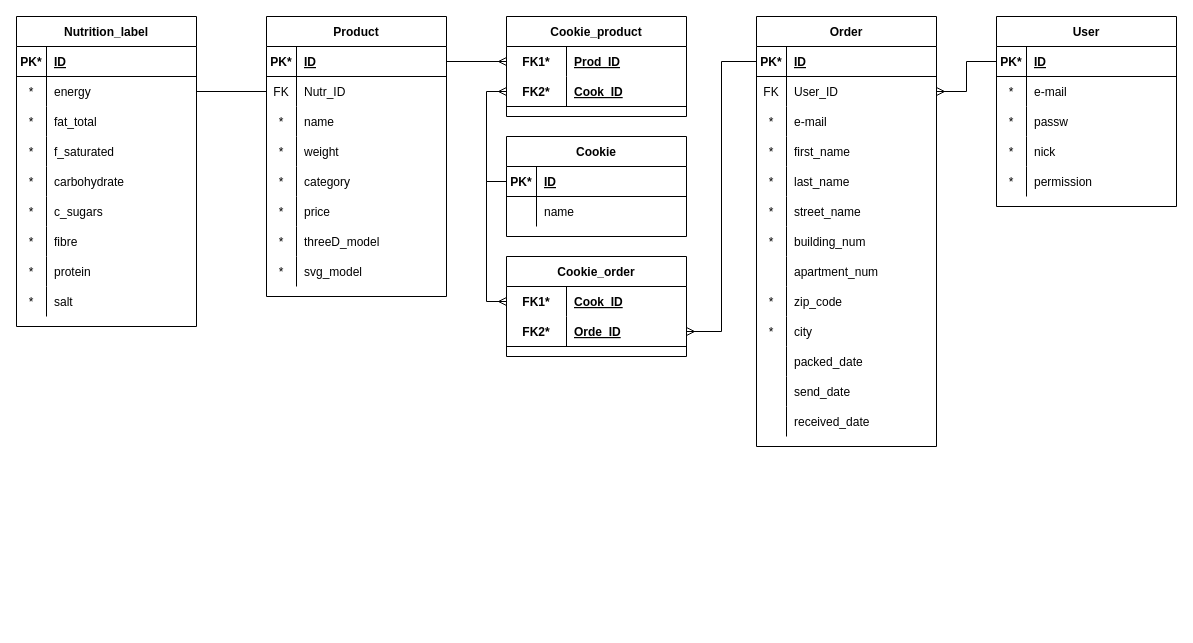
Bklzn/4BiG keeps this draw.io diagram as baza.drawio. Above is the earlier version. Source tidied: cells renumbered, new cells numbered last; positions are measured from the earlier drawing's top-left corner, leaving out a move shared by most shapes. Both pictures are drawn from the tidied source at 100%, with x=0, y=0 at pixel (16, 16).
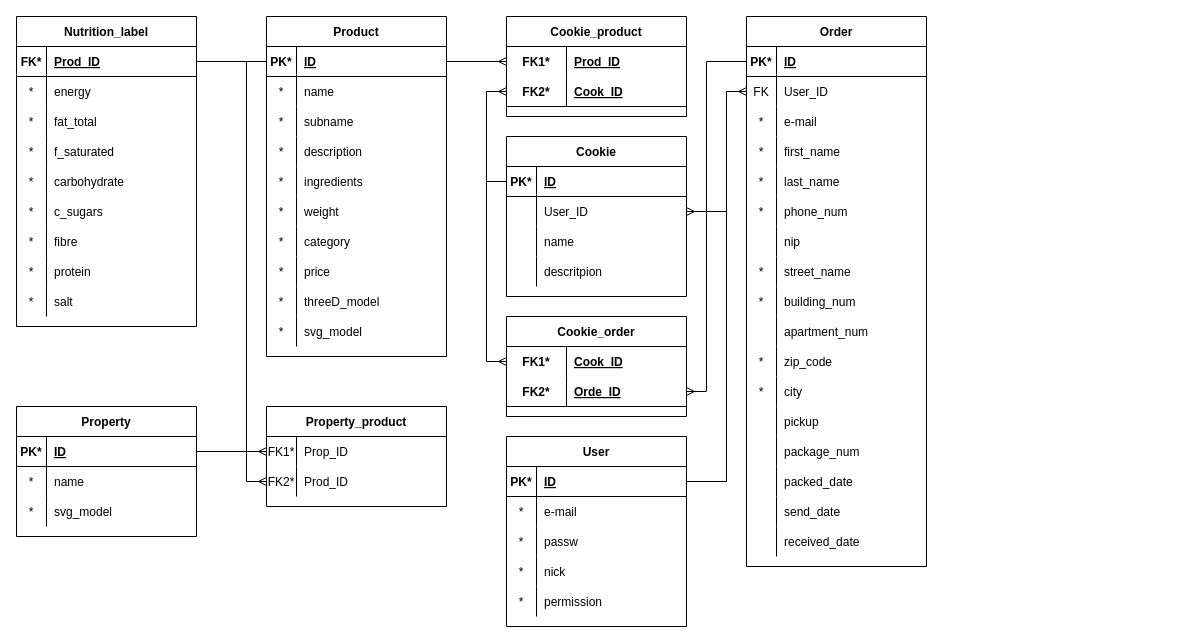
The same diagram, later.

Unchanged cells that the change refers to:
```xml
<mxCell id="3" style="shape=tableRow;horizontal=0;startSize=0;swimlaneHead=0;swimlaneBody=0;fillColor=none;points=[[0,0.5],[1,0.5]];portConstraint=eastwest;top=0;left=0;right=0;bottom=1;" parent="2" vertex="1">
  <mxGeometry y="30" width="180" height="30" as="geometry" />
</mxCell>
<mxCell id="28" style="shape=tableRow;horizontal=0;startSize=0;swimlaneHead=0;swimlaneBody=0;fillColor=none;points=[[0,0.5],[1,0.5]];portConstraint=eastwest;top=0;left=0;right=0;bottom=1;" parent="27" vertex="1">
  <mxGeometry y="30" width="180" height="30" as="geometry" />
</mxCell>
<mxCell id="31" style="shape=tableRow;horizontal=0;startSize=0;swimlaneHead=0;swimlaneBody=0;fillColor=none;points=[[0,0.5],[1,0.5]];portConstraint=eastwest;top=0;left=0;right=0;bottom=0;" parent="27" vertex="1">
  <mxGeometry y="60" width="180" height="30" as="geometry" />
</mxCell>
<mxCell id="87" style="shape=tableRow;horizontal=0;startSize=0;swimlaneHead=0;swimlaneBody=0;fillColor=none;points=[[0,0.5],[1,0.5]];portConstraint=eastwest;top=0;left=0;right=0;bottom=1;" parent="83" vertex="1">
  <mxGeometry y="60" width="180" height="30" as="geometry" />
</mxCell>
<mxCell id="93" style="shape=tableRow;horizontal=0;startSize=0;swimlaneHead=0;swimlaneBody=0;fillColor=none;points=[[0,0.5],[1,0.5]];portConstraint=eastwest;top=0;left=0;right=0;bottom=1;" parent="92" vertex="1">
  <mxGeometry y="30" width="180" height="30" as="geometry" />
</mxCell>
<mxCell id="110" style="shape=tableRow;horizontal=0;startSize=0;swimlaneHead=0;swimlaneBody=0;fillColor=none;points=[[0,0.5],[1,0.5]];portConstraint=eastwest;top=0;left=0;right=0;bottom=1;" parent="109" vertex="1">
  <mxGeometry y="30" width="180" height="30" as="geometry" />
</mxCell>
<mxCell id="113" style="shape=tableRow;horizontal=0;startSize=0;swimlaneHead=0;swimlaneBody=0;fillColor=none;points=[[0,0.5],[1,0.5]];portConstraint=eastwest;top=0;left=0;right=0;bottom=0;" parent="109" vertex="1">
  <mxGeometry y="60" width="180" height="30" as="geometry" />
</mxCell>
```

Change to the diagram source:
```diff
@@
     <mxCell id="2" value="Product" style="shape=table;startSize=30;childLayout=tableLayout;rowLines=0;fontStyle=1;align=center;" parent="1" vertex="1">
-      <mxGeometry x="250" width="180" height="280" as="geometry" />
+      <mxGeometry x="250" width="180" height="340" as="geometry" />
     </mxCell>
@@
-    <mxCell id="6" style="shape=tableRow;horizontal=0;startSize=0;swimlaneHead=0;swimlaneBody=0;fillColor=none;points=[[0,0.5],[1,0.5]];portConstraint=eastwest;top=0;left=0;right=0;bottom=0;" parent="2" vertex="1">
-      <mxGeometry y="60" width="180" height="30" as="geometry" />
-    </mxCell>
-    <mxCell id="7" value="FK" style="shape=partialRectangle;fillColor=none;top=0;left=0;bottom=0;right=0;overflow=hidden;" parent="6" vertex="1">
-      <mxGeometry width="30" height="30" as="geometry" />
-    </mxCell>
-    <mxCell id="8" value="Nutr_ID" style="shape=partialRectangle;fillColor=none;top=0;left=0;bottom=0;right=0;align=left;spacingLeft=6;overflow=hidden;" parent="6" vertex="1">
-      <mxGeometry x="30" width="150" height="30" as="geometry" />
-    </mxCell>
     <mxCell id="9" style="shape=tableRow;horizontal=0;startSize=0;swimlaneHead=0;swimlaneBody=0;fillColor=none;top=0;left=0;right=0;bottom=0;" parent="2" vertex="1">
-      <mxGeometry y="90" width="180" height="30" as="geometry" />
+      <mxGeometry y="60" width="180" height="30" as="geometry" />
     </mxCell>
@@
+    <mxCell id="138" style="shape=tableRow;horizontal=0;startSize=0;swimlaneHead=0;swimlaneBody=0;fillColor=none;top=0;left=0;right=0;bottom=0;" parent="2" vertex="1">
+      <mxGeometry y="90" width="180" height="30" as="geometry" />
+    </mxCell>
+    <mxCell id="139" value="*" style="shape=partialRectangle;fillColor=none;top=0;left=0;bottom=0;right=0;overflow=hidden;" parent="138" vertex="1">
+      <mxGeometry width="30" height="30" as="geometry" />
+    </mxCell>
+    <mxCell id="140" value="subname" style="shape=partialRectangle;fillColor=none;top=0;left=0;bottom=0;right=0;align=left;spacingLeft=6;overflow=hidden;" parent="138" vertex="1">
+      <mxGeometry x="30" width="150" height="30" as="geometry" />
+    </mxCell>
+    <mxCell id="141" style="shape=tableRow;horizontal=0;startSize=0;swimlaneHead=0;swimlaneBody=0;fillColor=none;top=0;left=0;right=0;bottom=0;" parent="2" vertex="1">
+      <mxGeometry y="120" width="180" height="30" as="geometry" />
+    </mxCell>
+    <mxCell id="142" value="*" style="shape=partialRectangle;fillColor=none;top=0;left=0;bottom=0;right=0;overflow=hidden;" parent="141" vertex="1">
+      <mxGeometry width="30" height="30" as="geometry" />
+    </mxCell>
+    <mxCell id="143" value="description" style="shape=partialRectangle;fillColor=none;top=0;left=0;bottom=0;right=0;align=left;spacingLeft=6;overflow=hidden;" parent="141" vertex="1">
+      <mxGeometry x="30" width="150" height="30" as="geometry" />
+    </mxCell>
+    <mxCell id="144" style="shape=tableRow;horizontal=0;startSize=0;swimlaneHead=0;swimlaneBody=0;fillColor=none;top=0;left=0;right=0;bottom=0;" parent="2" vertex="1">
+      <mxGeometry y="150" width="180" height="30" as="geometry" />
+    </mxCell>
+    <mxCell id="145" value="*" style="shape=partialRectangle;fillColor=none;top=0;left=0;bottom=0;right=0;overflow=hidden;" parent="144" vertex="1">
+      <mxGeometry width="30" height="30" as="geometry" />
+    </mxCell>
+    <mxCell id="146" value="ingredients" style="shape=partialRectangle;fillColor=none;top=0;left=0;bottom=0;right=0;align=left;spacingLeft=6;overflow=hidden;" parent="144" vertex="1">
+      <mxGeometry x="30" width="150" height="30" as="geometry" />
+    </mxCell>
     <mxCell id="12" style="shape=tableRow;horizontal=0;startSize=0;swimlaneHead=0;swimlaneBody=0;fillColor=none;top=0;left=0;right=0;bottom=0;" parent="2" vertex="1">
-      <mxGeometry y="120" width="180" height="30" as="geometry" />
+      <mxGeometry y="180" width="180" height="30" as="geometry" />
     </mxCell>
@@
     <mxCell id="15" style="shape=tableRow;horizontal=0;startSize=0;swimlaneHead=0;swimlaneBody=0;fillColor=none;top=0;left=0;right=0;bottom=0;" parent="2" vertex="1">
-      <mxGeometry y="150" width="180" height="30" as="geometry" />
+      <mxGeometry y="210" width="180" height="30" as="geometry" />
     </mxCell>
@@
     <mxCell id="18" style="shape=tableRow;horizontal=0;startSize=0;swimlaneHead=0;swimlaneBody=0;fillColor=none;top=0;left=0;right=0;bottom=0;" parent="2" vertex="1">
-      <mxGeometry y="180" width="180" height="30" as="geometry" />
+      <mxGeometry y="240" width="180" height="30" as="geometry" />
     </mxCell>
@@
     <mxCell id="21" style="shape=tableRow;horizontal=0;startSize=0;swimlaneHead=0;swimlaneBody=0;fillColor=none;top=0;left=0;right=0;bottom=0;" parent="2" vertex="1">
-      <mxGeometry y="210" width="180" height="30" as="geometry" />
+      <mxGeometry y="270" width="180" height="30" as="geometry" />
     </mxCell>
@@
     <mxCell id="24" style="shape=tableRow;horizontal=0;startSize=0;swimlaneHead=0;swimlaneBody=0;fillColor=none;top=0;left=0;right=0;bottom=0;" parent="2" vertex="1">
-      <mxGeometry y="240" width="180" height="30" as="geometry" />
+      <mxGeometry y="300" width="180" height="30" as="geometry" />
     </mxCell>
@@
     <mxCell id="27" value="Order" style="shape=table;startSize=30;childLayout=tableLayout;rowLines=0;fontStyle=1;align=center;" parent="1" vertex="1">
-      <mxGeometry x="740" width="180" height="430" as="geometry" />
+      <mxGeometry x="730" width="180" height="550" as="geometry" />
     </mxCell>
@@
+    <mxCell id="147" style="shape=tableRow;horizontal=0;startSize=0;swimlaneHead=0;swimlaneBody=0;fillColor=none;top=0;left=0;right=0;bottom=0;" parent="27" vertex="1">
+      <mxGeometry y="180" width="180" height="30" as="geometry" />
+    </mxCell>
+    <mxCell id="148" value="*" style="shape=partialRectangle;fillColor=none;top=0;left=0;bottom=0;right=0;overflow=hidden;" parent="147" vertex="1">
+      <mxGeometry width="30" height="30" as="geometry" />
+    </mxCell>
+    <mxCell id="149" value="phone_num" style="shape=partialRectangle;fillColor=none;top=0;left=0;bottom=0;right=0;align=left;spacingLeft=6;overflow=hidden;" parent="147" vertex="1">
+      <mxGeometry x="30" width="150" height="30" as="geometry" />
+    </mxCell>
+    <mxCell id="150" style="shape=tableRow;horizontal=0;startSize=0;swimlaneHead=0;swimlaneBody=0;fillColor=none;top=0;left=0;right=0;bottom=0;" parent="27" vertex="1">
+      <mxGeometry y="210" width="180" height="30" as="geometry" />
+    </mxCell>
+    <mxCell id="151" style="shape=partialRectangle;fillColor=none;top=0;left=0;bottom=0;right=0;overflow=hidden;" parent="150" vertex="1">
+      <mxGeometry width="30" height="30" as="geometry" />
+    </mxCell>
+    <mxCell id="152" value="nip" style="shape=partialRectangle;fillColor=none;top=0;left=0;bottom=0;right=0;align=left;spacingLeft=6;overflow=hidden;" parent="150" vertex="1">
+      <mxGeometry x="30" width="150" height="30" as="geometry" />
+    </mxCell>
     <mxCell id="43" style="shape=tableRow;horizontal=0;startSize=0;swimlaneHead=0;swimlaneBody=0;fillColor=none;top=0;left=0;right=0;bottom=0;" parent="27" vertex="1">
-      <mxGeometry y="180" width="180" height="30" as="geometry" />
+      <mxGeometry y="240" width="180" height="30" as="geometry" />
     </mxCell>
@@
     <mxCell id="46" style="shape=tableRow;horizontal=0;startSize=0;swimlaneHead=0;swimlaneBody=0;fillColor=none;top=0;left=0;right=0;bottom=0;" parent="27" vertex="1">
-      <mxGeometry y="210" width="180" height="30" as="geometry" />
+      <mxGeometry y="270" width="180" height="30" as="geometry" />
     </mxCell>
@@
     <mxCell id="49" style="shape=tableRow;horizontal=0;startSize=0;swimlaneHead=0;swimlaneBody=0;fillColor=none;top=0;left=0;right=0;bottom=0;" parent="27" vertex="1">
-      <mxGeometry y="240" width="180" height="30" as="geometry" />
+      <mxGeometry y="300" width="180" height="30" as="geometry" />
     </mxCell>
@@
     <mxCell id="52" style="shape=tableRow;horizontal=0;startSize=0;swimlaneHead=0;swimlaneBody=0;fillColor=none;top=0;left=0;right=0;bottom=0;" parent="27" vertex="1">
-      <mxGeometry y="270" width="180" height="30" as="geometry" />
+      <mxGeometry y="330" width="180" height="30" as="geometry" />
     </mxCell>
@@
     <mxCell id="55" style="shape=tableRow;horizontal=0;startSize=0;swimlaneHead=0;swimlaneBody=0;fillColor=none;top=0;left=0;right=0;bottom=0;" parent="27" vertex="1">
-      <mxGeometry y="300" width="180" height="30" as="geometry" />
+      <mxGeometry y="360" width="180" height="30" as="geometry" />
     </mxCell>
@@
+    <mxCell id="153" style="shape=tableRow;horizontal=0;startSize=0;swimlaneHead=0;swimlaneBody=0;fillColor=none;top=0;left=0;right=0;bottom=0;" parent="27" vertex="1">
+      <mxGeometry y="390" width="180" height="30" as="geometry" />
+    </mxCell>
+    <mxCell id="154" style="shape=partialRectangle;fillColor=none;top=0;left=0;bottom=0;right=0;overflow=hidden;" parent="153" vertex="1">
+      <mxGeometry width="30" height="30" as="geometry" />
+    </mxCell>
+    <mxCell id="155" value="pickup" style="shape=partialRectangle;fillColor=none;top=0;left=0;bottom=0;right=0;align=left;spacingLeft=6;overflow=hidden;" parent="153" vertex="1">
+      <mxGeometry x="30" width="150" height="30" as="geometry" />
+    </mxCell>
+    <mxCell id="156" style="shape=tableRow;horizontal=0;startSize=0;swimlaneHead=0;swimlaneBody=0;fillColor=none;top=0;left=0;right=0;bottom=0;" parent="27" vertex="1">
+      <mxGeometry y="420" width="180" height="30" as="geometry" />
+    </mxCell>
+    <mxCell id="157" style="shape=partialRectangle;fillColor=none;top=0;left=0;bottom=0;right=0;overflow=hidden;" parent="156" vertex="1">
+      <mxGeometry width="30" height="30" as="geometry" />
+    </mxCell>
+    <mxCell id="158" value="package_num" style="shape=partialRectangle;fillColor=none;top=0;left=0;bottom=0;right=0;align=left;spacingLeft=6;overflow=hidden;" parent="156" vertex="1">
+      <mxGeometry x="30" width="150" height="30" as="geometry" />
+    </mxCell>
     <mxCell id="58" style="shape=tableRow;horizontal=0;startSize=0;swimlaneHead=0;swimlaneBody=0;fillColor=none;top=0;left=0;right=0;bottom=0;" parent="27" vertex="1">
-      <mxGeometry y="330" width="180" height="30" as="geometry" />
+      <mxGeometry y="450" width="180" height="30" as="geometry" />
     </mxCell>
@@
     <mxCell id="61" style="shape=tableRow;horizontal=0;startSize=0;swimlaneHead=0;swimlaneBody=0;fillColor=none;top=0;left=0;right=0;bottom=0;" parent="27" vertex="1">
-      <mxGeometry y="360" width="180" height="30" as="geometry" />
+      <mxGeometry y="480" width="180" height="30" as="geometry" />
     </mxCell>
@@
     <mxCell id="64" style="shape=tableRow;horizontal=0;startSize=0;swimlaneHead=0;swimlaneBody=0;fillColor=none;top=0;left=0;right=0;bottom=0;" parent="27" vertex="1">
-      <mxGeometry y="390" width="180" height="30" as="geometry" />
+      <mxGeometry y="510" width="180" height="30" as="geometry" />
     </mxCell>
@@
     <mxCell id="67" value="Cookie" style="shape=table;startSize=30;childLayout=tableLayout;rowLines=0;fontStyle=1;align=center;" parent="1" vertex="1">
-      <mxGeometry x="490" y="120" width="180" height="100" as="geometry" />
+      <mxGeometry x="490" y="120" width="180" height="160" as="geometry" />
     </mxCell>
@@
+    <mxCell id="159" style="shape=tableRow;horizontal=0;startSize=0;swimlaneHead=0;swimlaneBody=0;fillColor=none;points=[[0,0.5],[1,0.5]];portConstraint=eastwest;top=0;left=0;right=0;bottom=0;" parent="67" vertex="1">
+      <mxGeometry y="60" width="180" height="30" as="geometry" />
+    </mxCell>
+    <mxCell id="160" style="shape=partialRectangle;fillColor=none;top=0;left=0;bottom=0;right=0;overflow=hidden;" parent="159" vertex="1">
+      <mxGeometry width="30" height="30" as="geometry" />
+    </mxCell>
+    <mxCell id="161" value="User_ID" style="shape=partialRectangle;fillColor=none;top=0;left=0;bottom=0;right=0;align=left;spacingLeft=6;overflow=hidden;" parent="159" vertex="1">
+      <mxGeometry x="30" width="150" height="30" as="geometry" />
+    </mxCell>
     <mxCell id="71" style="shape=tableRow;horizontal=0;startSize=0;swimlaneHead=0;swimlaneBody=0;fillColor=none;top=0;left=0;right=0;bottom=0;" parent="67" vertex="1">
-      <mxGeometry y="60" width="180" height="30" as="geometry" />
+      <mxGeometry y="90" width="180" height="30" as="geometry" />
     </mxCell>
@@
+    <mxCell id="162" style="shape=tableRow;horizontal=0;startSize=0;swimlaneHead=0;swimlaneBody=0;fillColor=none;top=0;left=0;right=0;bottom=0;" parent="67" vertex="1">
+      <mxGeometry y="120" width="180" height="30" as="geometry" />
+    </mxCell>
+    <mxCell id="163" style="shape=partialRectangle;fillColor=none;top=0;left=0;bottom=0;right=0;overflow=hidden;" parent="162" vertex="1">
+      <mxGeometry width="30" height="30" as="geometry" />
+    </mxCell>
+    <mxCell id="164" value="descritpion" style="shape=partialRectangle;fillColor=none;top=0;left=0;bottom=0;right=0;align=left;spacingLeft=6;overflow=hidden;" parent="162" vertex="1">
+      <mxGeometry x="30" width="150" height="30" as="geometry" />
+    </mxCell>
@@
     <mxCell id="83" value="Cookie_order" style="shape=table;startSize=30;childLayout=tableLayout;rowLines=0;fontStyle=1;align=center;" parent="1" vertex="1">
-      <mxGeometry x="490" y="240" width="180" height="100" as="geometry" />
+      <mxGeometry x="490" y="300" width="180" height="100" as="geometry" />
     </mxCell>
@@
     <mxCell id="91" style="edgeStyle=orthogonalEdgeStyle;rounded=0;jettySize=auto;html=1;exitX=0;exitY=0.5;exitDx=0;exitDy=0;entryX=1;entryY=0.5;entryDx=0;entryDy=0;endArrow=ERmany;endFill=0;" parent="1" edge="1" source="28" target="87">
-      <mxGeometry relative="1" as="geometry" />
+      <mxGeometry relative="1" as="geometry">
+        <Array as="points">
+          <mxPoint x="690" y="45" />
+          <mxPoint x="690" y="375" />
+        </Array>
+      </mxGeometry>
     </mxCell>
     <mxCell id="92" value="User" style="shape=table;startSize=30;childLayout=tableLayout;rowLines=0;fontStyle=1;align=center;" parent="1" vertex="1">
-      <mxGeometry x="980" width="180" height="190" as="geometry" />
+      <mxGeometry x="490" y="420" width="180" height="190" as="geometry" />
     </mxCell>
@@
-    <mxCell id="108" style="edgeStyle=orthogonalEdgeStyle;rounded=0;jettySize=auto;html=1;exitX=0;exitY=0.5;exitDx=0;exitDy=0;endArrow=ERmany;endFill=0;" parent="1" edge="1" source="93" target="31">
-      <mxGeometry relative="1" as="geometry" />
+    <mxCell id="108" style="edgeStyle=orthogonalEdgeStyle;rounded=0;jettySize=auto;html=1;exitX=1;exitY=0.5;exitDx=0;exitDy=0;endArrow=ERmany;endFill=0;entryX=0;entryY=0.5;entryDx=0;entryDy=0;" parent="1" edge="1" source="93" target="31">
+      <mxGeometry relative="1" as="geometry">
+        <Array as="points">
+          <mxPoint x="710" y="465" />
+          <mxPoint x="710" y="75" />
+        </Array>
+      </mxGeometry>
     </mxCell>
@@
-    <mxCell id="111" value="PK*" style="shape=partialRectangle;fillColor=none;top=0;left=0;bottom=0;right=0;fontStyle=1;overflow=hidden;" parent="110" vertex="1">
+    <mxCell id="111" value="FK*" style="shape=partialRectangle;fillColor=none;top=0;left=0;bottom=0;right=0;fontStyle=1;overflow=hidden;" parent="110" vertex="1">
       <mxGeometry width="30" height="30" as="geometry" />
     </mxCell>
-    <mxCell id="112" value="ID" style="shape=partialRectangle;fillColor=none;top=0;left=0;bottom=0;right=0;align=left;spacingLeft=6;fontStyle=5;overflow=hidden;" parent="110" vertex="1">
+    <mxCell id="112" value="Prod_ID" style="shape=partialRectangle;fillColor=none;top=0;left=0;bottom=0;right=0;align=left;spacingLeft=6;fontStyle=5;overflow=hidden;" parent="110" vertex="1">
       <mxGeometry x="30" width="150" height="30" as="geometry" />
     </mxCell>
@@
-    <mxCell id="137" style="edgeStyle=orthogonalEdgeStyle;rounded=0;jettySize=auto;html=1;exitX=1;exitY=0.5;exitDx=0;exitDy=0;endArrow=none;endFill=0;" parent="1" edge="1" source="113" target="6">
+    <mxCell id="137" style="edgeStyle=orthogonalEdgeStyle;rounded=0;jettySize=auto;html=1;exitX=1;exitY=0.5;exitDx=0;exitDy=0;endArrow=none;endFill=0;entryX=0;entryY=0.5;entryDx=0;entryDy=0;" parent="1" edge="1" source="110" target="3">
       <mxGeometry relative="1" as="geometry" />
     </mxCell>
+    <mxCell id="165" value="Property" style="shape=table;startSize=30;childLayout=tableLayout;rowLines=0;fontStyle=1;align=center;" parent="1" vertex="1">
+      <mxGeometry y="390" width="180" height="130" as="geometry" />
+    </mxCell>
+    <mxCell id="166" style="shape=tableRow;horizontal=0;startSize=0;swimlaneHead=0;swimlaneBody=0;fillColor=none;points=[[0,0.5],[1,0.5]];portConstraint=eastwest;top=0;left=0;right=0;bottom=1;" parent="165" vertex="1">
+      <mxGeometry y="30" width="180" height="30" as="geometry" />
+    </mxCell>
+    <mxCell id="167" value="PK*" style="shape=partialRectangle;fillColor=none;top=0;left=0;bottom=0;right=0;fontStyle=1;overflow=hidden;" parent="166" vertex="1">
+      <mxGeometry width="30" height="30" as="geometry" />
+    </mxCell>
+    <mxCell id="168" value="ID" style="shape=partialRectangle;fillColor=none;top=0;left=0;bottom=0;right=0;align=left;spacingLeft=6;fontStyle=5;overflow=hidden;" parent="166" vertex="1">
+      <mxGeometry x="30" width="150" height="30" as="geometry" />
+    </mxCell>
+    <mxCell id="169" style="shape=tableRow;horizontal=0;startSize=0;swimlaneHead=0;swimlaneBody=0;fillColor=none;top=0;left=0;right=0;bottom=0;" parent="165" vertex="1">
+      <mxGeometry y="60" width="180" height="30" as="geometry" />
+    </mxCell>
+    <mxCell id="170" value="*" style="shape=partialRectangle;fillColor=none;top=0;left=0;bottom=0;right=0;overflow=hidden;" parent="169" vertex="1">
+      <mxGeometry width="30" height="30" as="geometry" />
+    </mxCell>
+    <mxCell id="171" value="name" style="shape=partialRectangle;fillColor=none;top=0;left=0;bottom=0;right=0;align=left;spacingLeft=6;overflow=hidden;" parent="169" vertex="1">
+      <mxGeometry x="30" width="150" height="30" as="geometry" />
+    </mxCell>
+    <mxCell id="172" style="shape=tableRow;horizontal=0;startSize=0;swimlaneHead=0;swimlaneBody=0;fillColor=none;top=0;left=0;right=0;bottom=0;" parent="165" vertex="1">
+      <mxGeometry y="90" width="180" height="30" as="geometry" />
+    </mxCell>
+    <mxCell id="173" value="*" style="shape=partialRectangle;fillColor=none;top=0;left=0;bottom=0;right=0;overflow=hidden;" parent="172" vertex="1">
+      <mxGeometry width="30" height="30" as="geometry" />
+    </mxCell>
+    <mxCell id="174" value="svg_model" style="shape=partialRectangle;fillColor=none;top=0;left=0;bottom=0;right=0;align=left;spacingLeft=6;overflow=hidden;" parent="172" vertex="1">
+      <mxGeometry x="30" width="150" height="30" as="geometry" />
+    </mxCell>
+    <mxCell id="175" value="Property_product" style="shape=table;startSize=30;childLayout=tableLayout;rowLines=0;fontStyle=1;align=center;" parent="1" vertex="1">
+      <mxGeometry x="250" y="390" width="180" height="100" as="geometry" />
+    </mxCell>
+    <mxCell id="176" style="shape=tableRow;horizontal=0;startSize=0;swimlaneHead=0;swimlaneBody=0;fillColor=none;points=[[0,0.5],[1,0.5]];portConstraint=eastwest;top=0;left=0;right=0;bottom=0;" parent="175" vertex="1">
+      <mxGeometry y="30" width="180" height="30" as="geometry" />
+    </mxCell>
+    <mxCell id="177" value="FK1*" style="shape=partialRectangle;fillColor=none;top=0;left=0;bottom=0;right=0;overflow=hidden;" parent="176" vertex="1">
+      <mxGeometry width="30" height="30" as="geometry" />
+    </mxCell>
+    <mxCell id="178" value="Prop_ID" style="shape=partialRectangle;fillColor=none;top=0;left=0;bottom=0;right=0;align=left;spacingLeft=6;overflow=hidden;" parent="176" vertex="1">
+      <mxGeometry x="30" width="150" height="30" as="geometry" />
+    </mxCell>
+    <mxCell id="179" style="shape=tableRow;horizontal=0;startSize=0;swimlaneHead=0;swimlaneBody=0;fillColor=none;points=[[0,0.5],[1,0.5]];portConstraint=eastwest;top=0;left=0;right=0;bottom=0;" parent="175" vertex="1">
+      <mxGeometry y="60" width="180" height="30" as="geometry" />
+    </mxCell>
+    <mxCell id="180" value="FK2*" style="shape=partialRectangle;fillColor=none;top=0;left=0;bottom=0;right=0;overflow=hidden;" parent="179" vertex="1">
+      <mxGeometry width="30" height="30" as="geometry" />
+    </mxCell>
+    <mxCell id="181" value="Prod_ID" style="shape=partialRectangle;fillColor=none;top=0;left=0;bottom=0;right=0;align=left;spacingLeft=6;overflow=hidden;" parent="179" vertex="1">
+      <mxGeometry x="30" width="150" height="30" as="geometry" />
+    </mxCell>
+    <mxCell id="182" style="edgeStyle=orthogonalEdgeStyle;rounded=0;jettySize=auto;html=1;entryX=0;entryY=0.5;entryDx=0;entryDy=0;endArrow=ERmany;endFill=0;" parent="1" edge="1" source="3" target="179">
+      <mxGeometry relative="1" as="geometry" />
+    </mxCell>
+    <mxCell id="183" style="edgeStyle=orthogonalEdgeStyle;rounded=0;jettySize=auto;html=1;endArrow=ERmany;endFill=0;" parent="1" edge="1" source="166" target="176">
+      <mxGeometry relative="1" as="geometry" />
+    </mxCell>
+    <mxCell id="184" style="edgeStyle=orthogonalEdgeStyle;rounded=0;jettySize=auto;html=1;endArrow=ERmany;endFill=0;exitX=1;exitY=0.5;exitDx=0;exitDy=0;" parent="1" edge="1" source="93" target="159">
+      <mxGeometry relative="1" as="geometry">
+        <Array as="points">
+          <mxPoint x="710" y="465" />
+          <mxPoint x="710" y="195" />
+        </Array>
+      </mxGeometry>
+    </mxCell>
```
